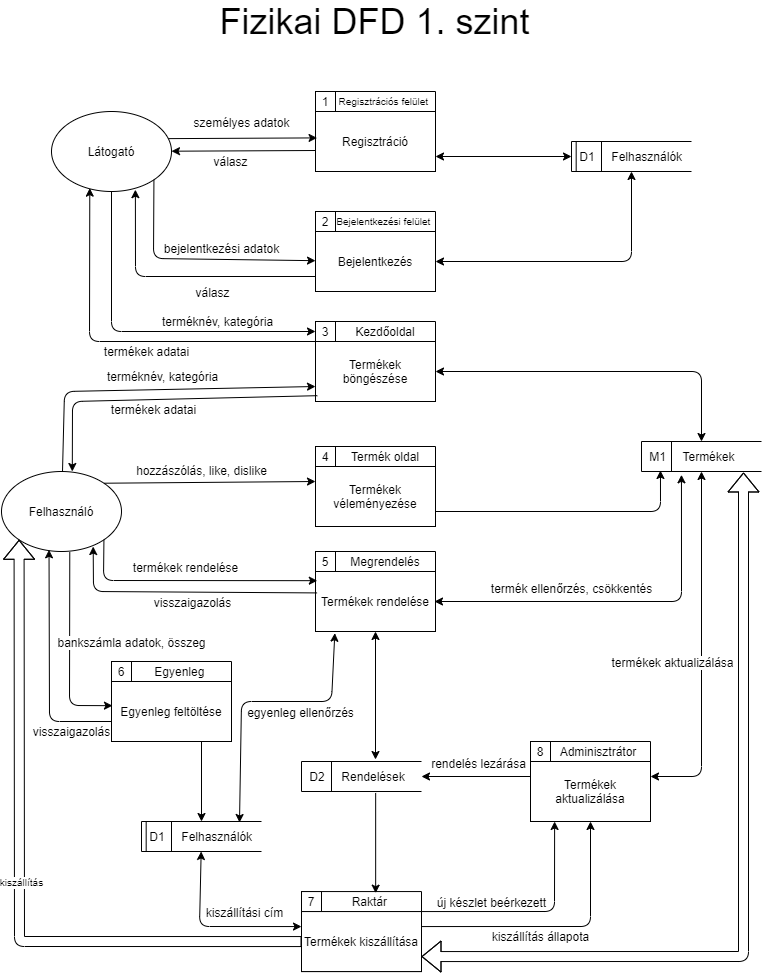
Above: WebShop/Dokumentáció/DFD_all-Fizikai 1. szint.png in szecsenyiferenc/adatbazisalapu-rendszerek (draw.io), before the change. Source tidied: cells renumbered, new cells last; positions are measured from the earlier drawing's top-left corner, leaving out a move shared by most shapes.
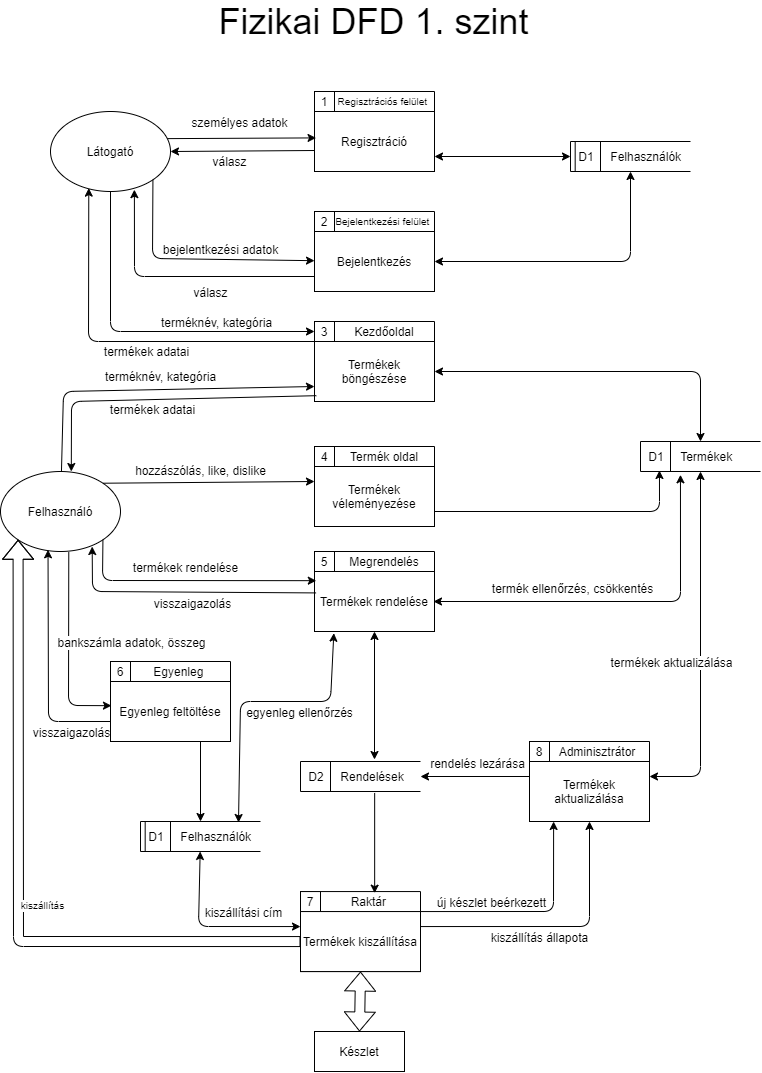
Later version of the same file.

What changed in the source:
```diff
@@ -193,7 +193,7 @@
     <mxCell id="56" value="Felhasználó" style="ellipse;whiteSpace=wrap;html=1;fontSize=12;" parent="1" vertex="1">
       <mxGeometry y="470" width="120" height="80" as="geometry" />
     </mxCell>
-    <mxCell id="57" value="&amp;nbsp;M1&amp;nbsp; &amp;nbsp; &amp;nbsp;Termékek" style="html=1;dashed=0;whitespace=wrap;shape=mxgraph.dfd.dataStoreID;align=left;spacingLeft=3;points=[[0,0],[0.5,0],[1,0],[0,0.5],[1,0.5],[0,1],[0.5,1],[1,1]];fontSize=12;" parent="1" vertex="1">
+    <mxCell id="57" value="&amp;nbsp;D1&amp;nbsp; &amp;nbsp; &amp;nbsp;Termékek" style="html=1;dashed=0;whitespace=wrap;shape=mxgraph.dfd.dataStoreID;align=left;spacingLeft=3;points=[[0,0],[0.5,0],[1,0],[0,0.5],[1,0.5],[0,1],[0.5,1],[1,1]];fontSize=12;" parent="1" vertex="1">
       <mxGeometry x="640" y="440" width="120" height="30" as="geometry" />
     </mxCell>
     <mxCell id="58" style="endArrow=classic;html=1;fontSize=12;entryX=0;entryY=0.75;entryDx=0;entryDy=0;" parent="1" edge="1" source="56" target="17">
@@ -430,12 +430,11 @@
         <mxPoint x="0.7" y="-37" as="offset" />
       </mxGeometry>
     </mxCell>
-    <mxCell id="102" style="shape=flexArrow;endArrow=classic;startArrow=classic;html=1;exitX=1;exitY=0.75;exitDx=0;exitDy=0;entryX=0.85;entryY=1.033;entryDx=0;entryDy=0;entryPerimeter=0;" parent="1" edge="1" source="37" target="57">
-      <mxGeometry relative="1" as="geometry">
-        <Array as="points">
-          <mxPoint x="742" y="955" />
-        </Array>
-      </mxGeometry>
-    </mxCell>
+    <mxCell id="103" value="Készlet" style="rounded=0;whiteSpace=wrap;html=1;" parent="1" vertex="1">
+      <mxGeometry x="314" y="1030" width="90" height="40" as="geometry" />
+    </mxCell>
+    <mxCell id="104" style="shape=flexArrow;endArrow=classic;startArrow=classic;html=1;exitX=0.5;exitY=0;exitDx=0;exitDy=0;entryX=0.5;entryY=1;entryDx=0;entryDy=0;" parent="1" edge="1" source="103" target="37">
+      <mxGeometry relative="1" as="geometry" />
+    </mxCell>
   </root>
 </mxGraphModel>
```
